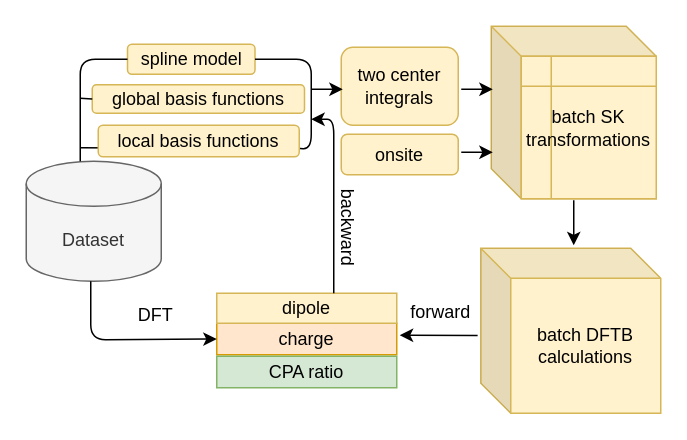
Earlier version of the draw.io diagram Untitled Diagram.drawio (FanGuozheng/dftbpy). Source tidied: cells renumbered, new cells numbered last; positions are measured from the earlier drawing's top-left corner, leaving out a move shared by most shapes. Both pictures are drawn from the tidied source at 150%, with x=0, y=0 at pixel (26, 26).
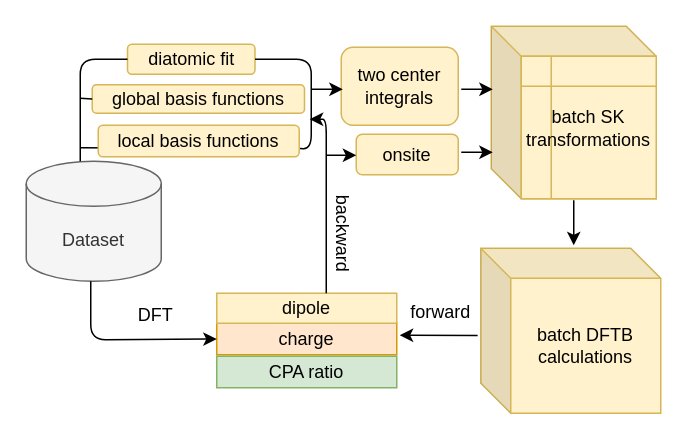
The same diagram, later.

Diff of the diagram source:
```diff
@@
     <mxCell id="12" value="backward" style="text;html=1;align=center;verticalAlign=middle;rotation=90;" parent="1" vertex="1">
-      <mxGeometry x="179" y="124" width="70" height="20" as="geometry" />
+      <mxGeometry x="176" y="128" width="70" height="20" as="geometry" />
     </mxCell>
@@
-    <mxCell id="16" value="spline model" style="rounded=1;whiteSpace=wrap;html=1;fillColor=#fff2cc;strokeColor=#d6b656;" parent="1" vertex="1">
+    <mxCell id="16" value="diatomic fit" style="rounded=1;whiteSpace=wrap;html=1;fillColor=#fff2cc;strokeColor=#d6b656;" parent="1" vertex="1">
       <mxGeometry x="67.5" y="12" width="85" height="20" as="geometry" />
     </mxCell>
@@
     <mxCell id="20" style="endArrow=classic;html=1;" parent="1" edge="1">
       <mxGeometry relative="1" as="geometry">
-        <mxPoint x="205" y="178" as="sourcePoint" />
-        <mxPoint x="190" y="62" as="targetPoint" />
+        <mxPoint x="200" y="178" as="sourcePoint" />
+        <mxPoint x="189" y="62" as="targetPoint" />
         <Array as="points">
-          <mxPoint x="205" y="62" />
+          <mxPoint x="200" y="62" />
         </Array>
       </mxGeometry>
     </mxCell>
     <mxCell id="21" value="onsite" style="rounded=1;whiteSpace=wrap;html=1;fillColor=#fff2cc;strokeColor=#d6b656;" parent="1" vertex="1">
-      <mxGeometry x="210" y="72" width="78" height="27" as="geometry" />
+      <mxGeometry x="220" y="72" width="68" height="27" as="geometry" />
     </mxCell>
@@
+    <mxCell id="28" style="endArrow=classic;html=1;rounded=0;" parent="1" edge="1">
+      <mxGeometry relative="1" as="geometry">
+        <mxPoint x="200" y="86" as="sourcePoint" />
+        <mxPoint x="220" y="86" as="targetPoint" />
+      </mxGeometry>
+    </mxCell>
```
